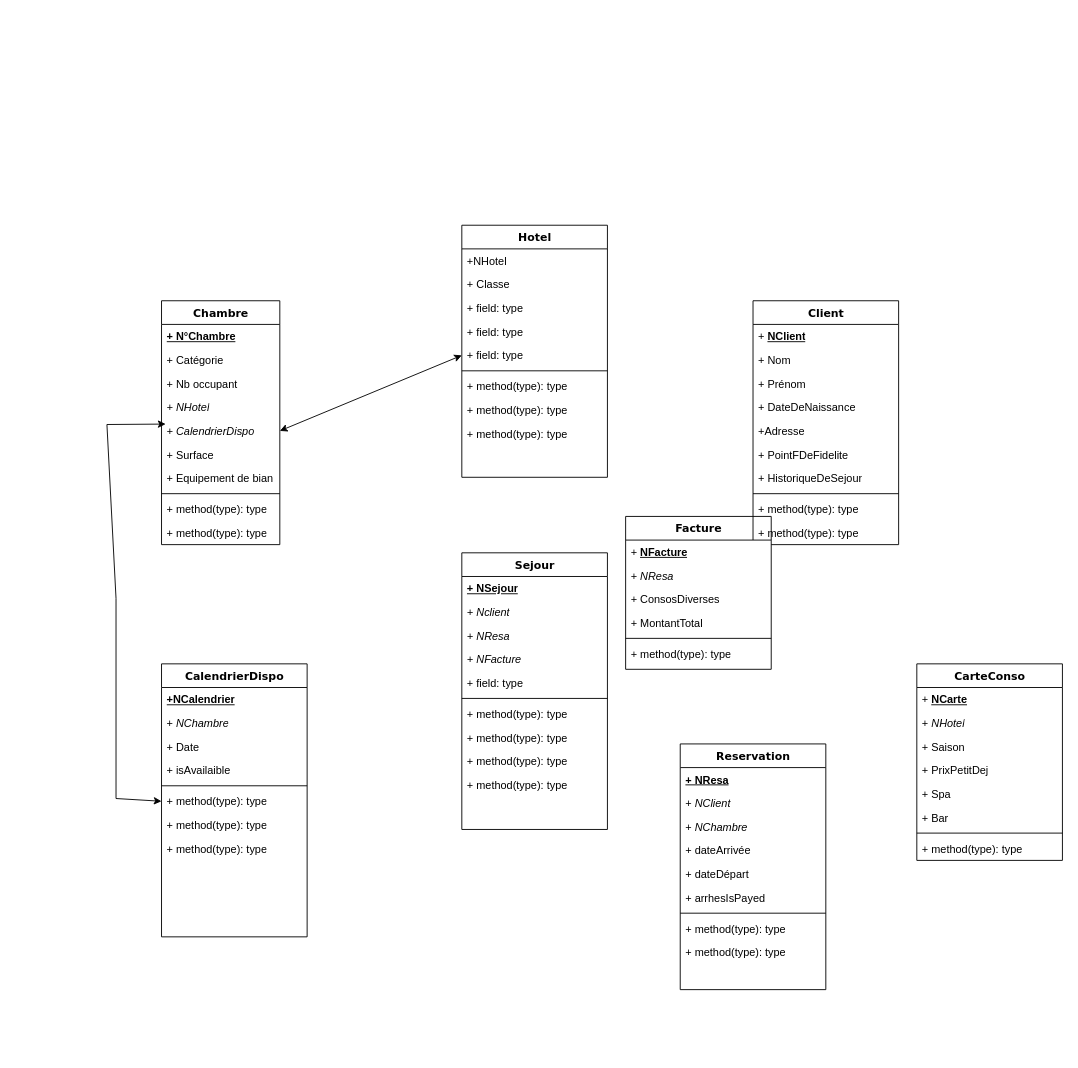
The draw.io diagram Untitled Diagram.drawio in Adrien-bot/Biostat-BDD, before the edit. Source tidied: cells renumbered, new cells numbered last; positions are measured from the earlier drawing's top-left corner, leaving out a move shared by most shapes. Both pictures are drawn from the tidied source at 91%, with x=0, y=0 at pixel (106, 225).
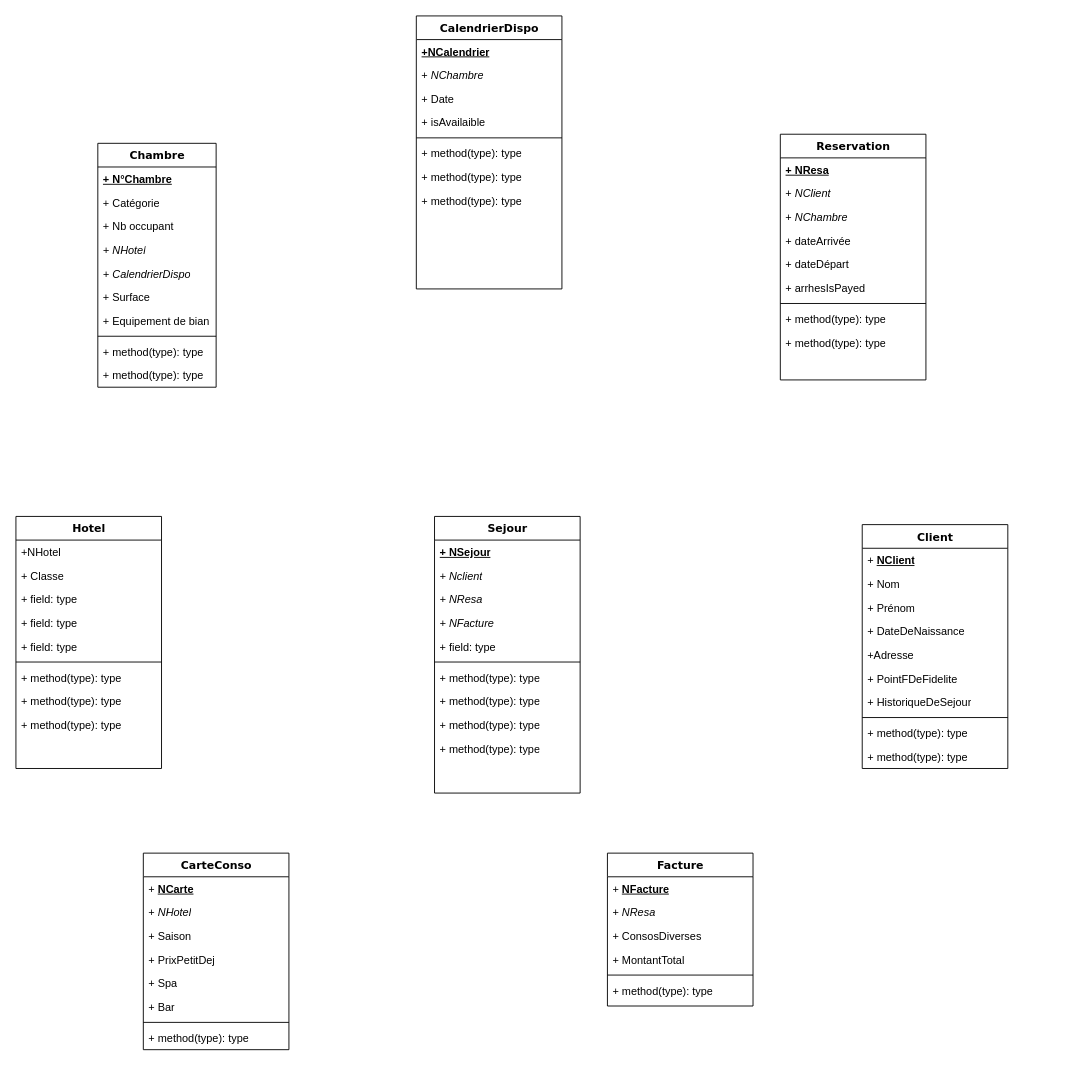
The same diagram, later.

Unchanged cells that the change refers to:
```xml
<mxCell id="8" value="&lt;i&gt;+ CalendrierDispo&lt;/i&gt;" style="text;html=1;strokeColor=none;fillColor=none;align=left;verticalAlign=top;spacingLeft=4;spacingRight=4;whiteSpace=wrap;overflow=hidden;points=[[0,0.5],[1,0.5]];portConstraint=eastwest;" parent="3" vertex="1">
  <mxGeometry y="130" width="130" height="26" as="geometry" />
</mxCell>
<mxCell id="19" value="+ field: type" style="text;html=1;strokeColor=none;fillColor=none;align=left;verticalAlign=top;spacingLeft=4;spacingRight=4;whiteSpace=wrap;overflow=hidden;points=[[0,0.5],[1,0.5]];portConstraint=eastwest;" parent="14" vertex="1">
  <mxGeometry y="130" width="160" height="26" as="geometry" />
</mxCell>
<mxCell id="41" value="+ method(type): type" style="text;html=1;strokeColor=none;fillColor=none;align=left;verticalAlign=top;spacingLeft=4;spacingRight=4;whiteSpace=wrap;overflow=hidden;points=[[0,0.5],[1,0.5]];portConstraint=eastwest;" parent="35" vertex="1">
  <mxGeometry y="138" width="160" height="26" as="geometry" />
</mxCell>
```

Diff of the diagram source:
```diff
@@
     <mxCell id="3" value="Chambre" style="swimlane;html=1;fontStyle=1;align=center;verticalAlign=top;horizontal=1;startSize=26;swimlaneFillColor=#ffffff;rounded=0;shadow=0;comic=0;labelBackgroundColor=none;strokeWidth=1;fillColor=none;fontFamily=Verdana;fontSize=12;" parent="1" vertex="1">
-      <mxGeometry x="60" y="83" width="130" height="268" as="geometry" />
+      <mxGeometry x="-10" y="-90" width="130" height="268" as="geometry" />
     </mxCell>
@@
     <mxCell id="14" value="Hotel" style="swimlane;html=1;fontStyle=1;align=center;verticalAlign=top;horizontal=1;startSize=26;swimlaneFillColor=#ffffff;rounded=0;shadow=0;comic=0;labelBackgroundColor=none;strokeWidth=1;fillColor=none;fontFamily=Verdana;fontSize=12;" parent="1" vertex="1">
-      <mxGeometry x="390" width="160" height="277" as="geometry" />
+      <mxGeometry x="-100" y="320" width="160" height="277" as="geometry" />
     </mxCell>
@@
     <mxCell id="24" value="Client" style="swimlane;html=1;fontStyle=1;align=center;verticalAlign=top;horizontal=1;startSize=26;swimlaneFillColor=#ffffff;rounded=0;shadow=0;comic=0;labelBackgroundColor=none;strokeWidth=1;fillColor=none;fontFamily=Verdana;fontSize=12;" parent="1" vertex="1">
-      <mxGeometry x="710" y="83" width="160" height="268" as="geometry" />
+      <mxGeometry x="830" y="329" width="160" height="268" as="geometry" />
     </mxCell>
@@
     <mxCell id="35" value="CalendrierDispo" style="swimlane;html=1;fontStyle=1;align=center;verticalAlign=top;horizontal=1;startSize=26;swimlaneFillColor=#ffffff;rounded=0;shadow=0;comic=0;labelBackgroundColor=none;strokeWidth=1;fillColor=none;fontFamily=Verdana;fontSize=12;" parent="1" vertex="1">
-      <mxGeometry x="60" y="482" width="160" height="300" as="geometry" />
+      <mxGeometry x="340" y="-230" width="160" height="300" as="geometry" />
     </mxCell>
@@
     <mxCell id="44" value="Sejour" style="swimlane;html=1;fontStyle=1;align=center;verticalAlign=top;horizontal=1;startSize=26;swimlaneFillColor=#ffffff;rounded=0;shadow=0;comic=0;labelBackgroundColor=none;strokeWidth=1;fillColor=none;fontFamily=Verdana;fontSize=12;" parent="1" vertex="1">
-      <mxGeometry x="390" y="360" width="160" height="304" as="geometry" />
+      <mxGeometry x="360" y="320" width="160" height="304" as="geometry" />
     </mxCell>
@@
     <mxCell id="55" value="Reservation" style="swimlane;html=1;fontStyle=1;align=center;verticalAlign=top;horizontal=1;startSize=26;swimlaneFillColor=#ffffff;rounded=0;shadow=0;comic=0;labelBackgroundColor=none;strokeWidth=1;fillColor=none;fontFamily=Verdana;fontSize=12;" parent="1" vertex="1">
-      <mxGeometry x="630" y="570" width="160" height="270" as="geometry" />
+      <mxGeometry x="740" y="-100" width="160" height="270" as="geometry" />
     </mxCell>
@@
     <mxCell id="65" value="Facture" style="swimlane;html=1;fontStyle=1;align=center;verticalAlign=top;horizontal=1;startSize=26;swimlaneFillColor=#ffffff;rounded=0;shadow=0;comic=0;labelBackgroundColor=none;strokeWidth=1;fillColor=none;fontFamily=Verdana;fontSize=12;" parent="1" vertex="1">
-      <mxGeometry x="570" y="320" width="160" height="168" as="geometry" />
+      <mxGeometry x="550" y="690" width="160" height="168" as="geometry" />
     </mxCell>
@@
     <mxCell id="72" value="CarteConso" style="swimlane;html=1;fontStyle=1;align=center;verticalAlign=top;horizontal=1;startSize=26;swimlaneFillColor=#ffffff;rounded=0;shadow=0;comic=0;labelBackgroundColor=none;strokeWidth=1;fillColor=none;fontFamily=Verdana;fontSize=12;" parent="1" vertex="1">
-      <mxGeometry x="890" y="482" width="160" height="216" as="geometry" />
+      <mxGeometry x="40" y="690" width="160" height="216" as="geometry" />
     </mxCell>
@@
-    <mxCell id="81" style="endArrow=classic;startArrow=classic;html=1;rounded=0;exitX=1;exitY=0.5;exitDx=0;exitDy=0;entryX=0;entryY=0.5;entryDx=0;entryDy=0;" parent="1" edge="1" source="8" target="19">
-      <mxGeometry relative="1" as="geometry" />
-    </mxCell>
-    <mxCell id="82" style="endArrow=classic;startArrow=classic;html=1;rounded=0;entryX=0.035;entryY=0.212;entryDx=0;entryDy=0;entryPerimeter=0;exitX=0;exitY=0.5;exitDx=0;exitDy=0;" parent="1" edge="1" source="41" target="8">
-      <mxGeometry relative="1" as="geometry">
-        <Array as="points">
-          <mxPoint x="10" y="630" />
-          <mxPoint x="10" y="410" />
-          <mxPoint y="219" />
-        </Array>
-      </mxGeometry>
-    </mxCell>
```
